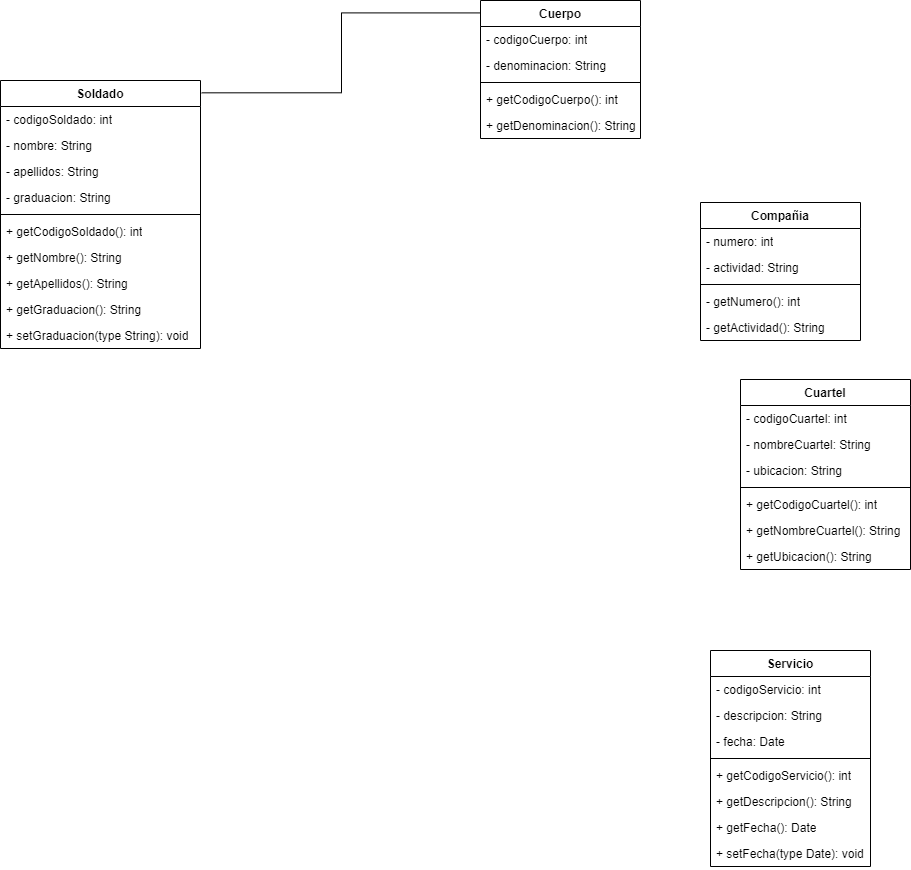
Before: unidad-4/Class-Diagram-Maxi/ministerio-defensa-maxi.png, a diagram exported from draw.io (mackstm/ets). Source tidied: cells renumbered, new cells last; positions are measured from the earlier drawing's top-left corner, leaving out a move shared by most shapes.
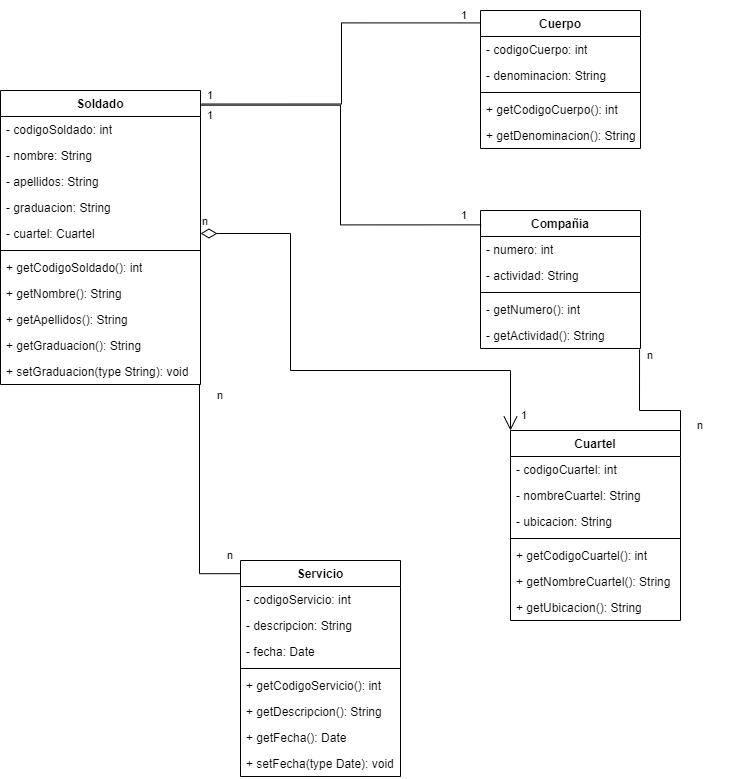
Above is the later version.

What changed in the source:
```diff
@@ -10,7 +10,7 @@
       </mxGeometry>
     </mxCell>
     <mxCell id="3" value="Soldado" style="swimlane;fontStyle=1;align=center;verticalAlign=top;horizontal=1;startSize=26;whiteSpace=wrap;html=1;" parent="1" vertex="1">
-      <mxGeometry y="80" width="200" height="268" as="geometry" />
+      <mxGeometry y="80" width="200" height="294" as="geometry" />
     </mxCell>
     <mxCell id="4" value="- codigoSoldado: int" style="text;strokeColor=none;fillColor=none;align=left;verticalAlign=top;spacingLeft=4;spacingRight=4;overflow=hidden;whiteSpace=wrap;html=1;" parent="3" vertex="1">
       <mxGeometry y="26" width="200" height="26" as="geometry" />
@@ -24,26 +24,29 @@
     <mxCell id="7" value="- graduacion: String" style="text;strokeColor=none;fillColor=none;align=left;verticalAlign=top;spacingLeft=4;spacingRight=4;overflow=hidden;whiteSpace=wrap;html=1;" parent="3" vertex="1">
       <mxGeometry y="104" width="200" height="26" as="geometry" />
     </mxCell>
+    <mxCell id="43" value="- cuartel: Cuartel" style="text;strokeColor=none;fillColor=none;align=left;verticalAlign=top;spacingLeft=4;spacingRight=4;overflow=hidden;points=[[0,0.5],[1,0.5]];portConstraint=eastwest;whiteSpace=wrap;html=1;" parent="3" vertex="1">
+      <mxGeometry y="130" width="200" height="26" as="geometry" />
+    </mxCell>
     <mxCell id="8" style="line;strokeWidth=1;fillColor=none;align=left;verticalAlign=middle;spacingTop=-1;spacingLeft=3;spacingRight=3;labelPosition=right;strokeColor=inherit;" parent="3" vertex="1">
-      <mxGeometry y="130" width="200" height="8" as="geometry" />
+      <mxGeometry y="156" width="200" height="8" as="geometry" />
     </mxCell>
     <mxCell id="9" value="+ getCodigoSoldado(): int" style="text;strokeColor=none;fillColor=none;align=left;verticalAlign=top;spacingLeft=4;spacingRight=4;overflow=hidden;whiteSpace=wrap;html=1;" parent="3" vertex="1">
-      <mxGeometry y="138" width="200" height="26" as="geometry" />
+      <mxGeometry y="164" width="200" height="26" as="geometry" />
     </mxCell>
     <mxCell id="10" value="+ getNombre(): String" style="text;strokeColor=none;fillColor=none;align=left;verticalAlign=top;spacingLeft=4;spacingRight=4;overflow=hidden;whiteSpace=wrap;html=1;" parent="3" vertex="1">
-      <mxGeometry y="164" width="200" height="26" as="geometry" />
+      <mxGeometry y="190" width="200" height="26" as="geometry" />
     </mxCell>
     <mxCell id="11" value="+ getApellidos(): String" style="text;strokeColor=none;fillColor=none;align=left;verticalAlign=top;spacingLeft=4;spacingRight=4;overflow=hidden;whiteSpace=wrap;html=1;" parent="3" vertex="1">
-      <mxGeometry y="190" width="200" height="26" as="geometry" />
+      <mxGeometry y="216" width="200" height="26" as="geometry" />
     </mxCell>
     <mxCell id="12" value="+ getGraduacion(): String" style="text;strokeColor=none;fillColor=none;align=left;verticalAlign=top;spacingLeft=4;spacingRight=4;overflow=hidden;whiteSpace=wrap;html=1;" parent="3" vertex="1">
-      <mxGeometry y="216" width="200" height="26" as="geometry" />
+      <mxGeometry y="242" width="200" height="26" as="geometry" />
     </mxCell>
     <mxCell id="13" value="+ setGraduacion(type String): void" style="text;strokeColor=none;fillColor=none;align=left;verticalAlign=top;spacingLeft=4;spacingRight=4;overflow=hidden;points=[[0,0.5],[1,0.5]];portConstraint=eastwest;whiteSpace=wrap;html=1;" parent="3" vertex="1">
-      <mxGeometry y="242" width="200" height="26" as="geometry" />
+      <mxGeometry y="268" width="200" height="26" as="geometry" />
     </mxCell>
     <mxCell id="14" value="Cuartel" style="swimlane;fontStyle=1;align=center;verticalAlign=top;horizontal=1;startSize=26;whiteSpace=wrap;html=1;" parent="1" vertex="1">
-      <mxGeometry x="740" y="379" width="170" height="190" as="geometry" />
+      <mxGeometry x="510" y="420" width="170" height="190" as="geometry" />
     </mxCell>
     <mxCell id="15" value="- codigoCuartel: int" style="text;strokeColor=none;fillColor=none;align=left;verticalAlign=top;spacingLeft=4;spacingRight=4;overflow=hidden;whiteSpace=wrap;html=1;" parent="14" vertex="1">
       <mxGeometry y="26" width="170" height="26" as="geometry" />
@@ -85,7 +88,7 @@
       <mxGeometry y="112" width="160" height="26" as="geometry" />
     </mxCell>
     <mxCell id="28" value="Compañia" style="swimlane;fontStyle=1;align=center;verticalAlign=top;horizontal=1;startSize=26;whiteSpace=wrap;html=1;" parent="1" vertex="1">
-      <mxGeometry x="700" y="202" width="160" height="138" as="geometry" />
+      <mxGeometry x="480" y="200" width="160" height="138" as="geometry" />
     </mxCell>
     <mxCell id="29" value="- numero: int" style="text;strokeColor=none;fillColor=none;align=left;verticalAlign=top;spacingLeft=4;spacingRight=4;overflow=hidden;whiteSpace=wrap;html=1;" parent="28" vertex="1">
       <mxGeometry y="26" width="160" height="26" as="geometry" />
@@ -103,7 +106,7 @@
       <mxGeometry y="112" width="160" height="26" as="geometry" />
     </mxCell>
     <mxCell id="34" value="Servicio" style="swimlane;fontStyle=1;align=center;verticalAlign=top;horizontal=1;startSize=26;whiteSpace=wrap;html=1;" parent="1" vertex="1">
-      <mxGeometry x="710" y="650" width="160" height="216" as="geometry" />
+      <mxGeometry x="240" y="550" width="160" height="216" as="geometry" />
     </mxCell>
     <mxCell id="35" value="- codigoServicio: int" style="text;strokeColor=none;fillColor=none;align=left;verticalAlign=top;spacingLeft=4;spacingRight=4;overflow=hidden;whiteSpace=wrap;html=1;" parent="34" vertex="1">
       <mxGeometry y="26" width="160" height="26" as="geometry" />
@@ -129,5 +132,55 @@
     <mxCell id="42" value="+ setFecha(type Date): void" style="text;strokeColor=none;fillColor=none;align=left;verticalAlign=top;spacingLeft=4;spacingRight=4;overflow=hidden;whiteSpace=wrap;html=1;" parent="34" vertex="1">
       <mxGeometry y="190" width="160" height="26" as="geometry" />
     </mxCell>
+    <mxCell id="44" style="edgeStyle=orthogonalEdgeStyle;shape=connector;rounded=0;jettySize=auto;html=1;entryX=0.004;entryY=0.104;entryDx=0;entryDy=0;entryPerimeter=0;labelBackgroundColor=default;strokeColor=default;align=center;verticalAlign=middle;fontFamily=Helvetica;fontSize=11;fontColor=default;endArrow=none;endFill=0;exitX=0.999;exitY=0.05;exitDx=0;exitDy=0;exitPerimeter=0;" parent="1" edge="1" source="3" target="28">
+      <mxGeometry relative="1" as="geometry" />
+    </mxCell>
+    <mxCell id="45" style="edgeStyle=orthogonalEdgeStyle;shape=connector;rounded=0;jettySize=auto;html=1;entryX=1;entryY=0;entryDx=0;entryDy=0;labelBackgroundColor=default;strokeColor=default;align=center;verticalAlign=middle;fontFamily=Helvetica;fontSize=11;fontColor=default;endArrow=none;endFill=0;exitX=0.994;exitY=1.031;exitDx=0;exitDy=0;exitPerimeter=0;" parent="1" edge="1" source="33" target="14">
+      <mxGeometry relative="1" as="geometry">
+        <Array as="points">
+          <mxPoint x="639" y="400" />
+          <mxPoint x="680" y="400" />
+        </Array>
+      </mxGeometry>
+    </mxCell>
+    <mxCell id="46" style="edgeStyle=orthogonalEdgeStyle;shape=connector;rounded=0;jettySize=auto;html=1;exitX=0.995;exitY=1.015;exitDx=0;exitDy=0;entryX=0.001;entryY=0.061;entryDx=0;entryDy=0;entryPerimeter=0;labelBackgroundColor=default;strokeColor=default;align=center;verticalAlign=middle;fontFamily=Helvetica;fontSize=11;fontColor=default;endArrow=none;endFill=0;exitPerimeter=0;" parent="1" edge="1" source="13" target="34">
+      <mxGeometry relative="1" as="geometry" />
+    </mxCell>
+    <mxCell id="47" value="1" style="text;html=1;strokeColor=none;fillColor=none;align=center;verticalAlign=middle;whiteSpace=wrap;rounded=0;fontSize=11;fontFamily=Helvetica;fontColor=default;" parent="1" vertex="1">
+      <mxGeometry x="434" y="190" width="60" height="30" as="geometry" />
+    </mxCell>
+    <mxCell id="48" value="1" style="text;html=1;strokeColor=none;fillColor=none;align=center;verticalAlign=middle;whiteSpace=wrap;rounded=0;fontSize=11;fontFamily=Helvetica;fontColor=default;" parent="1" vertex="1">
+      <mxGeometry x="180" y="90" width="60" height="30" as="geometry" />
+    </mxCell>
+    <mxCell id="49" value="1" style="text;html=1;strokeColor=none;fillColor=none;align=center;verticalAlign=middle;whiteSpace=wrap;rounded=0;fontSize=11;fontFamily=Helvetica;fontColor=default;" parent="1" vertex="1">
+      <mxGeometry x="180" y="70" width="60" height="30" as="geometry" />
+    </mxCell>
+    <mxCell id="50" value="1" style="text;html=1;strokeColor=none;fillColor=none;align=center;verticalAlign=middle;whiteSpace=wrap;rounded=0;fontSize=11;fontFamily=Helvetica;fontColor=default;" parent="1" vertex="1">
+      <mxGeometry x="434" y="-10" width="60" height="30" as="geometry" />
+    </mxCell>
+    <mxCell id="51" value="n" style="text;html=1;strokeColor=none;fillColor=none;align=center;verticalAlign=middle;whiteSpace=wrap;rounded=0;fontSize=11;fontFamily=Helvetica;fontColor=default;" parent="1" vertex="1">
+      <mxGeometry x="670" y="400" width="60" height="30" as="geometry" />
+    </mxCell>
+    <mxCell id="52" value="n" style="text;html=1;strokeColor=none;fillColor=none;align=center;verticalAlign=middle;whiteSpace=wrap;rounded=0;fontSize=11;fontFamily=Helvetica;fontColor=default;" parent="1" vertex="1">
+      <mxGeometry x="620" y="330" width="60" height="30" as="geometry" />
+    </mxCell>
+    <mxCell id="53" value="n" style="endArrow=open;html=1;endSize=12;startArrow=diamondThin;startSize=14;startFill=0;edgeStyle=orthogonalEdgeStyle;align=left;verticalAlign=bottom;rounded=0;labelBackgroundColor=default;strokeColor=default;fontFamily=Helvetica;fontSize=11;fontColor=default;shape=connector;exitX=1;exitY=0.5;exitDx=0;exitDy=0;entryX=0;entryY=0;entryDx=0;entryDy=0;" parent="1" edge="1" source="43" target="14">
+      <mxGeometry x="-1" y="3" relative="1" as="geometry">
+        <Array as="points">
+          <mxPoint x="290" y="223" />
+          <mxPoint x="290" y="360" />
+          <mxPoint x="510" y="360" />
+        </Array>
+      </mxGeometry>
+    </mxCell>
+    <mxCell id="54" value="1" style="text;html=1;strokeColor=none;fillColor=none;align=center;verticalAlign=middle;whiteSpace=wrap;rounded=0;fontSize=11;fontFamily=Helvetica;fontColor=default;" parent="1" vertex="1">
+      <mxGeometry x="494" y="390" width="60" height="30" as="geometry" />
+    </mxCell>
+    <mxCell id="55" value="n" style="text;html=1;strokeColor=none;fillColor=none;align=center;verticalAlign=middle;whiteSpace=wrap;rounded=0;fontSize=11;fontFamily=Helvetica;fontColor=default;" parent="1" vertex="1">
+      <mxGeometry x="190" y="370" width="60" height="30" as="geometry" />
+    </mxCell>
+    <mxCell id="56" value="n" style="text;html=1;strokeColor=none;fillColor=none;align=center;verticalAlign=middle;whiteSpace=wrap;rounded=0;fontSize=11;fontFamily=Helvetica;fontColor=default;" parent="1" vertex="1">
+      <mxGeometry x="200" y="530" width="60" height="30" as="geometry" />
+    </mxCell>
   </root>
 </mxGraphModel>
```
